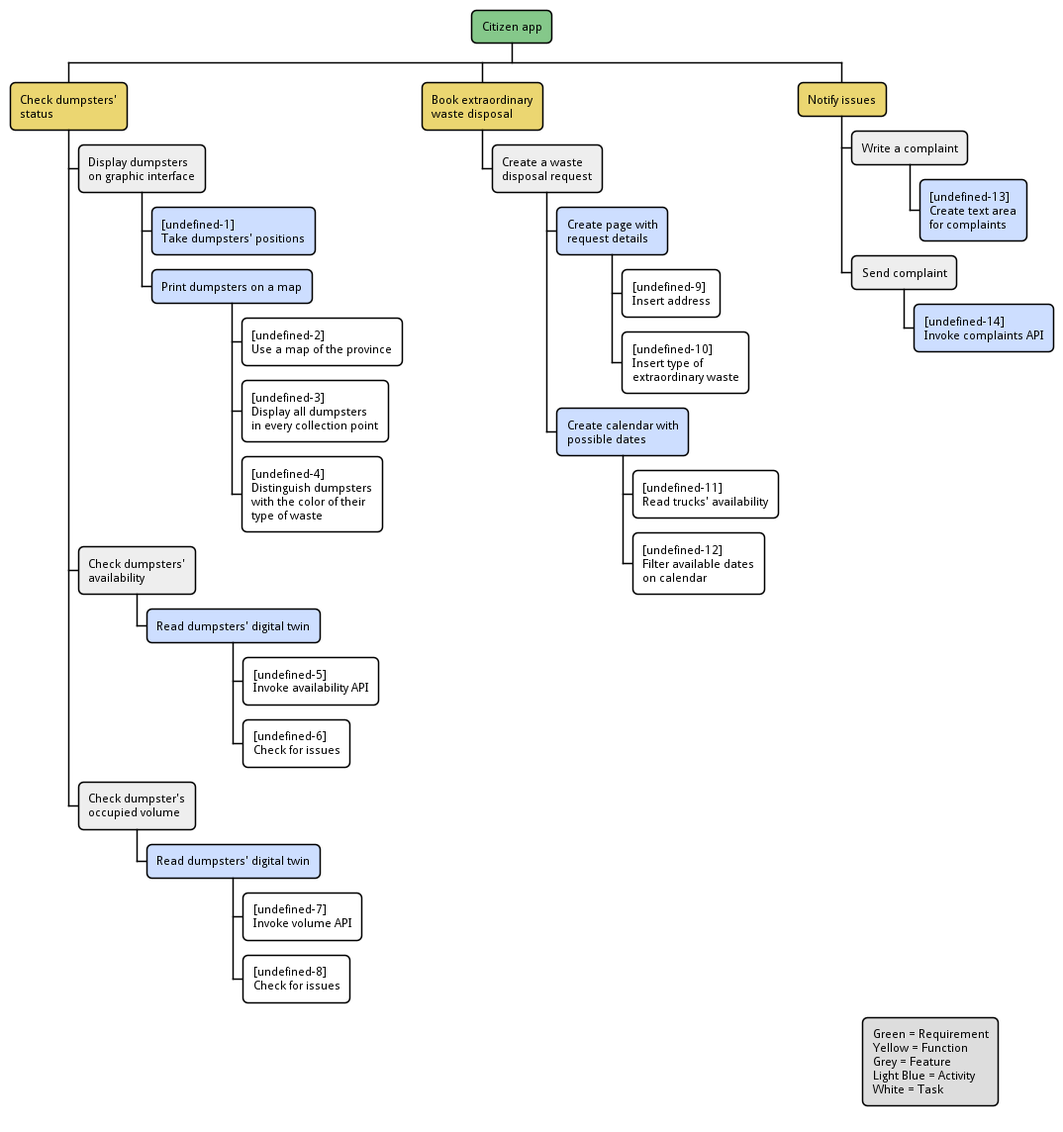
SmartWasteCollection/project-management keeps this PlantUML diagram as img/wbs-citizen-app.pm.png. Above is the earlier version. The source it was exported from:
```plantuml
@startwbs
!include ../metamodels/work-breakdown.iuml
!$title = CA

requirement(Citizen app)

function(Check dumpsters'\nstatus)
feature(Display dumpsters\non graphic interface)
activity(Take dumpsters' positions,)
activity(Print dumpsters on a map)
task(Use a map of the province)
task(Display all dumpsters\nin every collection point)
task(Distinguish dumpsters\nwith the color of their\ntype of waste)

feature(Check dumpsters'\navailability)
activity(Read dumpsters' digital twin)
task(Invoke availability API)
task(Check for issues)

feature(Check dumpster's\noccupied volume)
activity(Read dumpsters' digital twin)
task(Invoke volume API)
task(Check for issues)

function(Book extraordinary\nwaste disposal)
feature(Create a waste\ndisposal request)
activity(Create page with\nrequest details)
task(Insert address)
task(Insert type of\nextraordinary waste)
activity(Create calendar with\npossible dates)
task(Read trucks' availability)
task(Filter available dates\non calendar)

function(Notify issues)
feature(Write a complaint)
activity(Create text area\nfor complaints,)
feature(Send complaint)
activity(Invoke complaints API,)

@endwbs
```
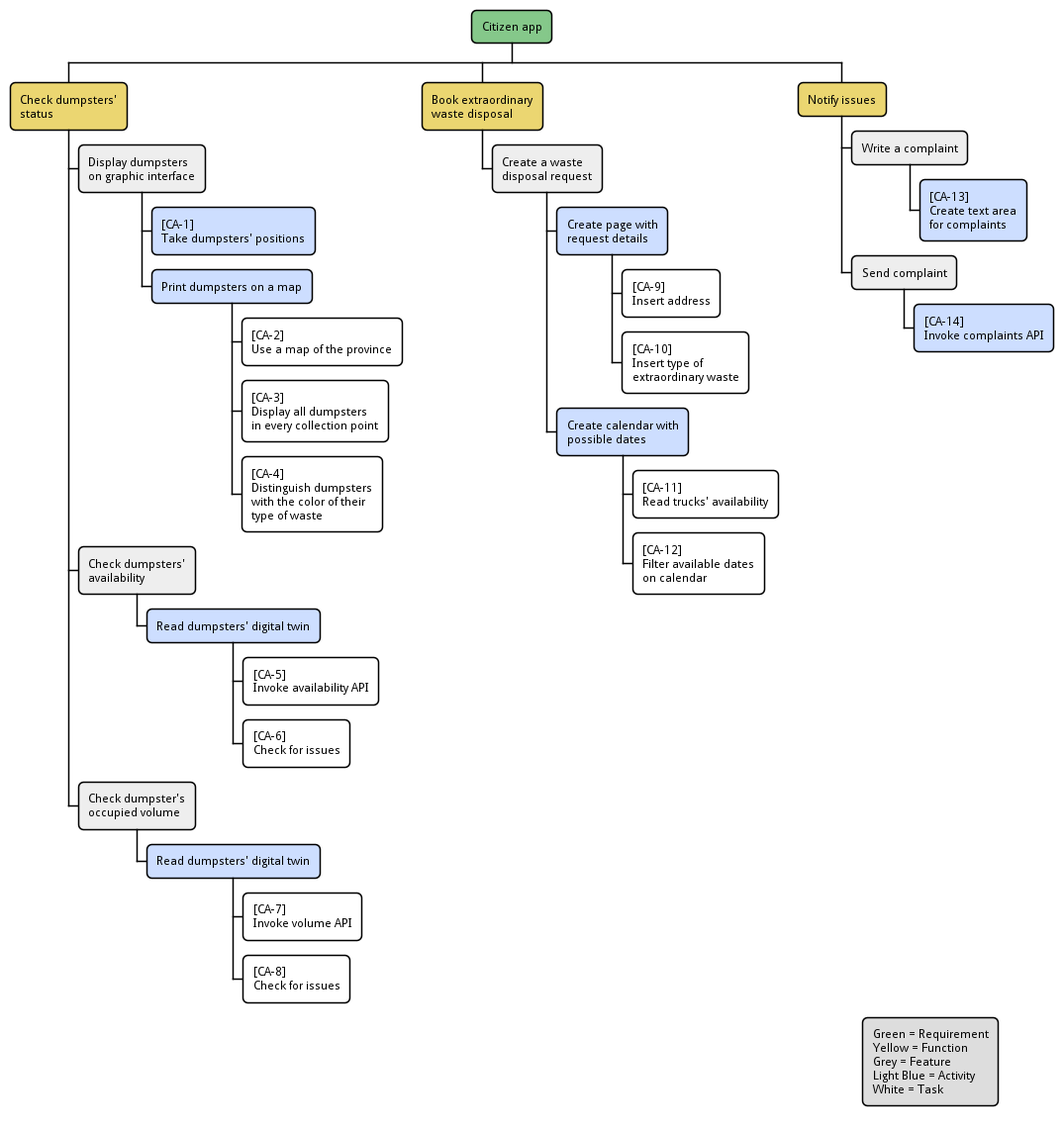
The same diagram one commit later.

Change to the diagram source:
```diff
@@ -1,6 +1,6 @@
 @startwbs
 !include ../metamodels/work-breakdown.iuml
-!$title = CA
+!define title CA
 
 requirement(Citizen app)
 
```
